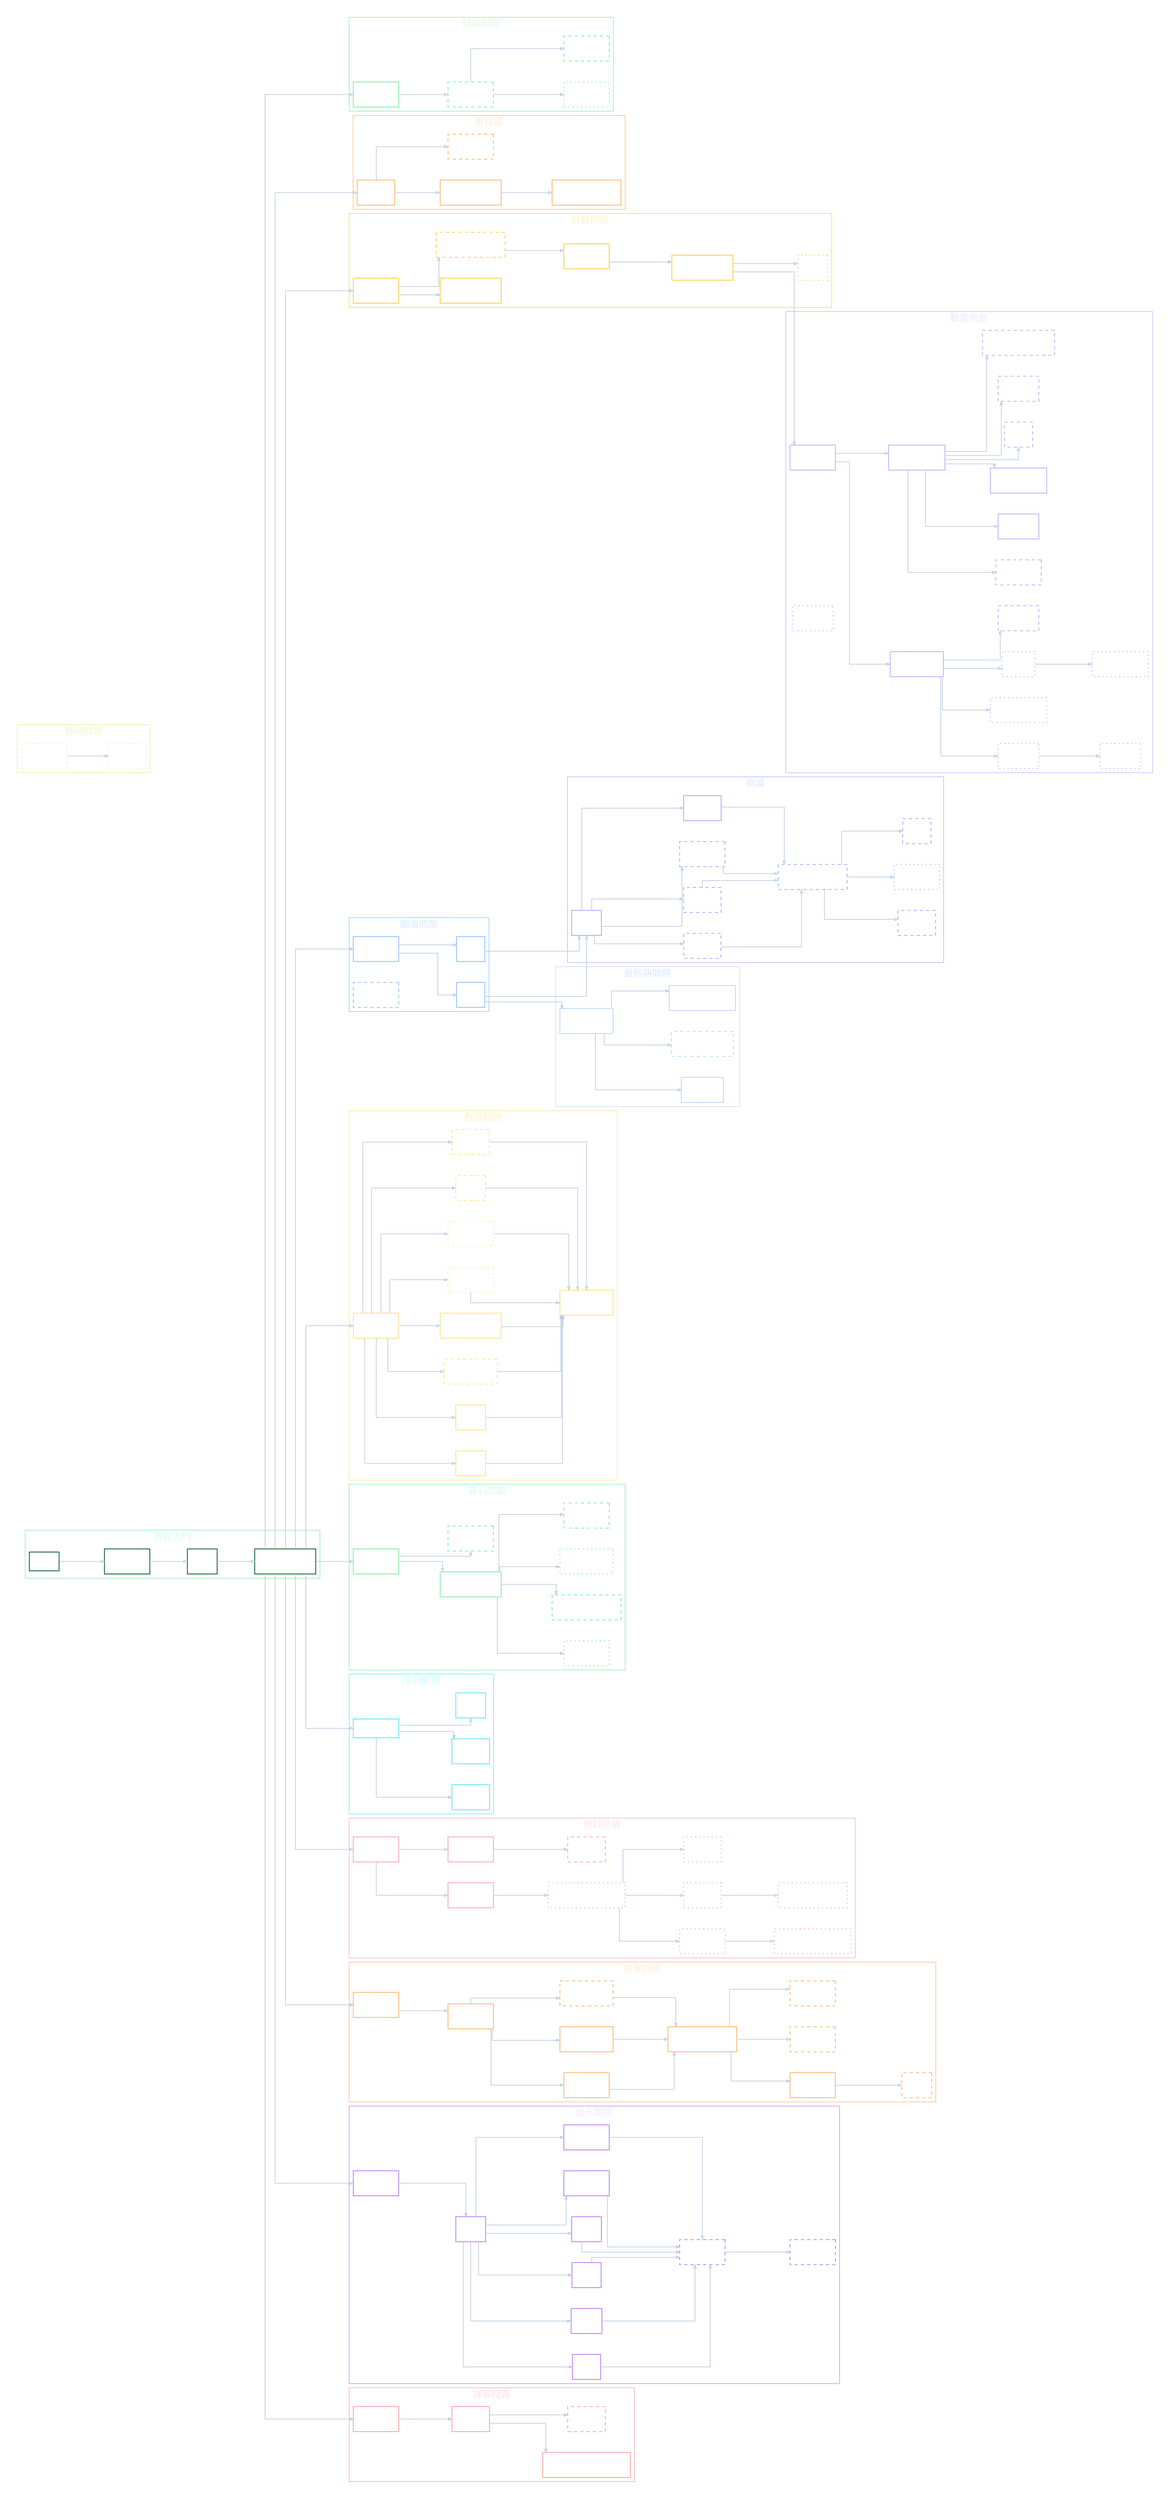
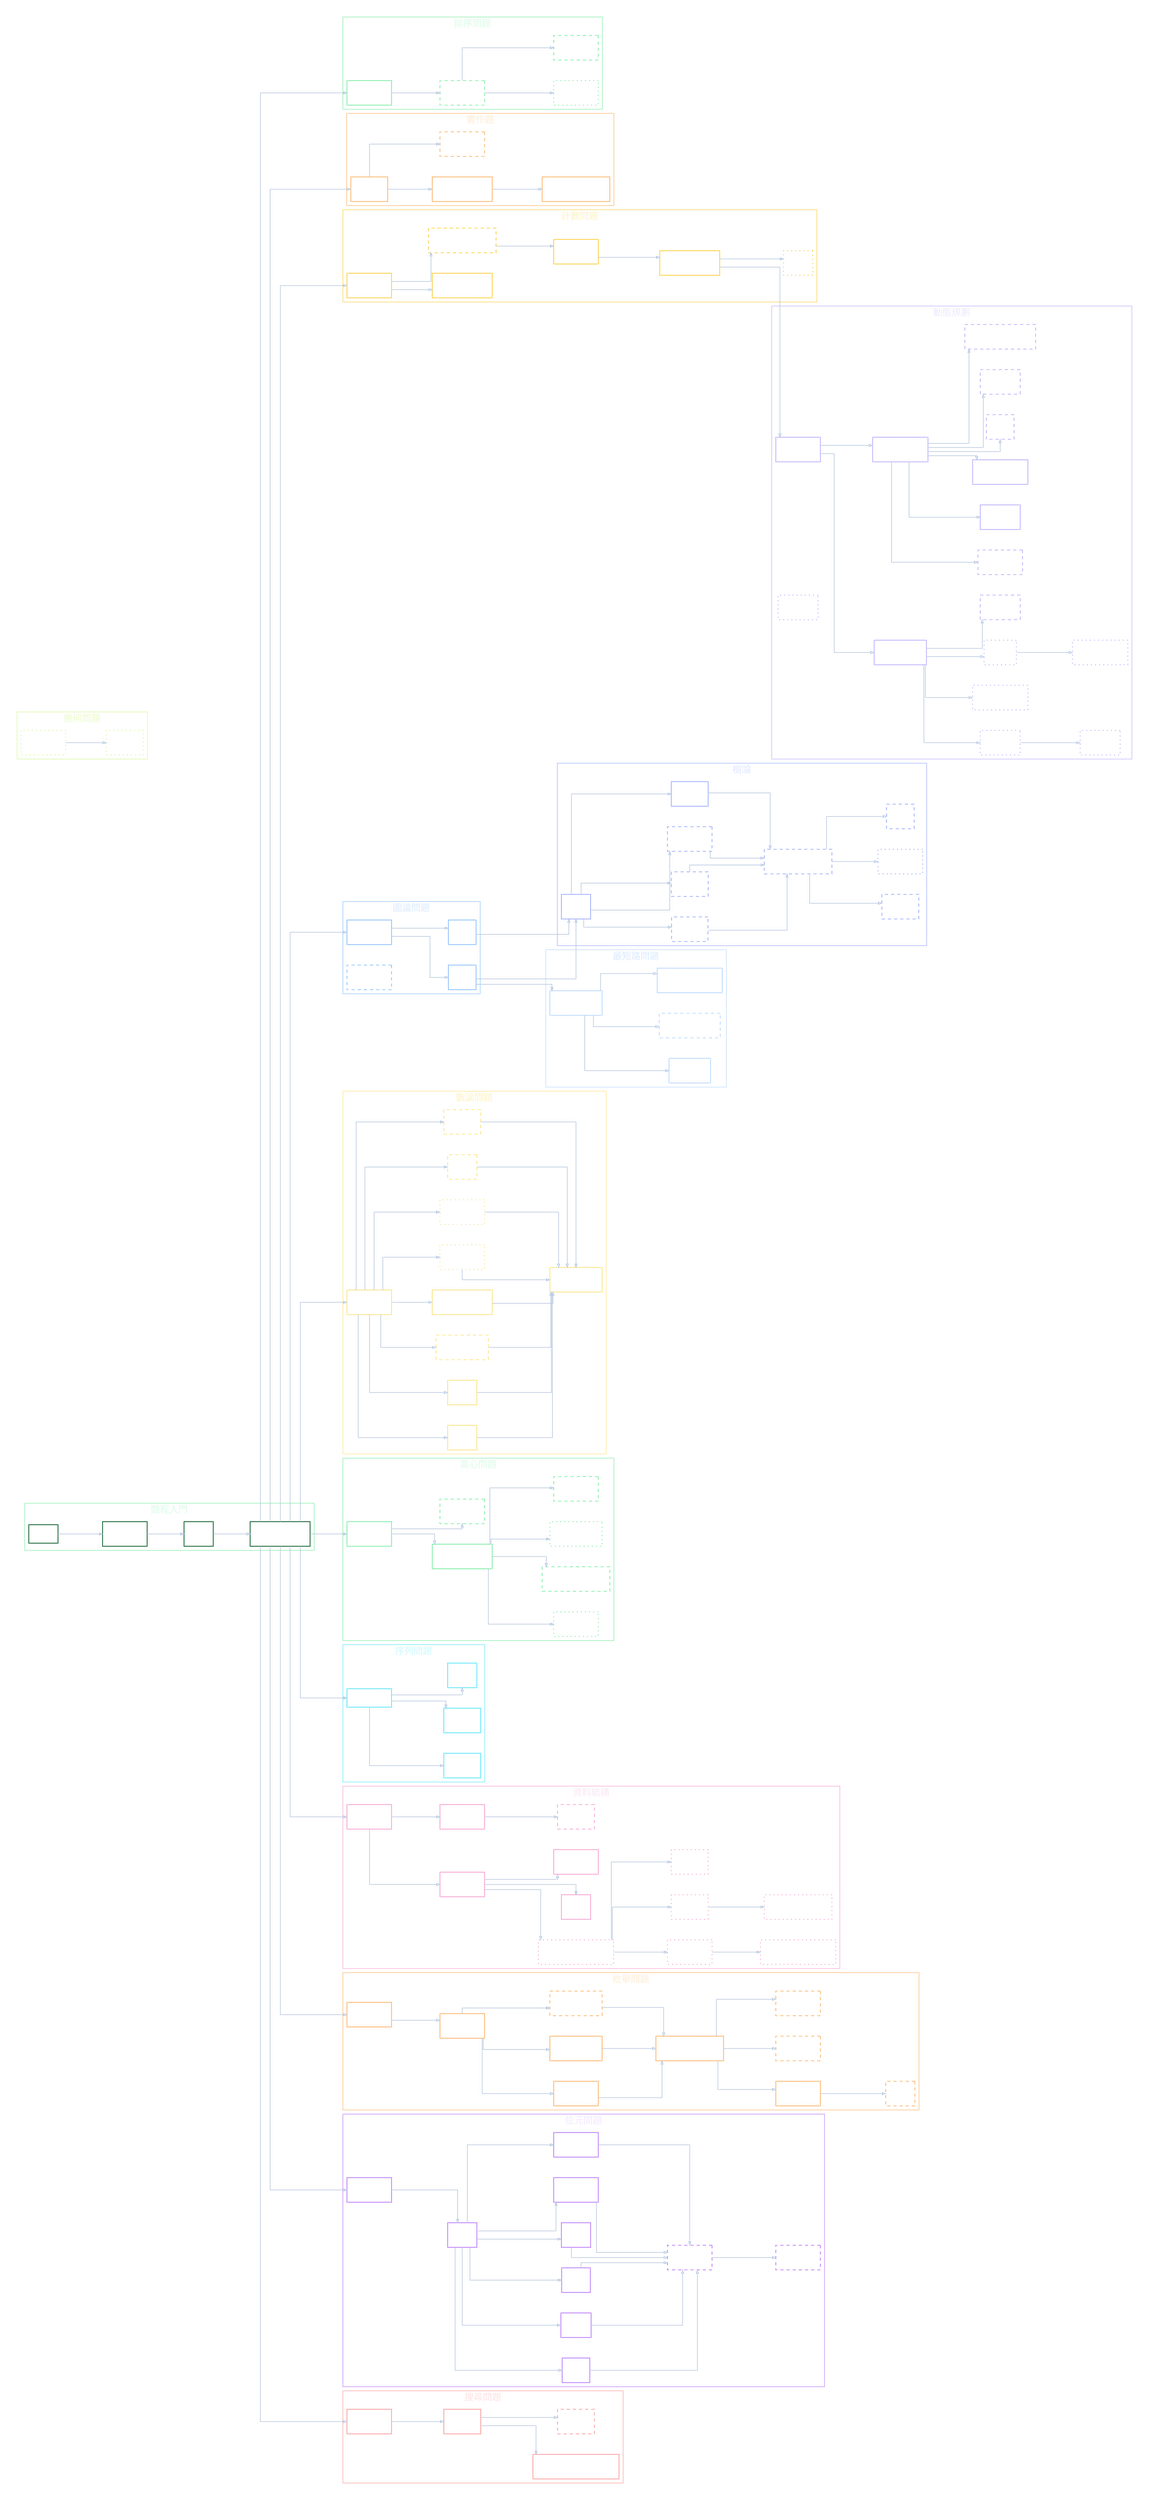
digraph CompetitiveProgrammingSkillTree {
  graph [
    rankdir=LR,
    bgcolor="transparent",
    splines=ortho,
    nodesep=0.55,
    ranksep=1.0,
    pad=0.35,
    compound=true
  ];

  node [
    shape=rect,
    style=filled,
    fontname="Microsoft JhengHei",
    fontsize=15,
    margin="0.18,0.10",
    penwidth=1.6,
    color="#7A8A99",
    fontcolor="#ffffff"
  ];

  edge [
    color="#bacae0",
    arrowsize=0.65,
    penwidth=1.2
  ];

  subgraph cluster_cp_entry {
    label="競程入門";
    color="#86efac";
    fillcolor="#052e16";
    fontname="Microsoft JhengHei";
    fontcolor="#dcfce7";
    fontsize=18;

    node [fillcolor="transparent", color="#166534"]
    root1 [label="競程"];
    core1 [label="基礎語法\n[✪]"];
    core2 [label="陣列\n[✪]"];
    core3 [label="基礎 STL 工具\n[✪]"];
  }

  subgraph cluster_sort {
    label="排序問題";
    color="#86efac";
    fillcolor="#052e16";
    fontname="Microsoft JhengHei";
    fontcolor="#dcfce7";
    fontsize=18;

    node [fillcolor="transparent", color="#86efac"];
    sort1 [label="排序問題\n[✔]"];
    sort2 [label="交換問題\n[!?]", style="dashed"];
    sort3 [label="拓撲排序\n[?]", style="dotted"];
    sort4 [label="單調隊列\n[!?]", style="dashed"];
  }

  subgraph cluster_impl {
    label="實作題";
    color="#fdba74";
    fillcolor="#431407";
    fontname="Microsoft JhengHei";
    fontcolor="#ffedd5";
    fontsize=18;

    node [fillcolor="transparent", color="#fdba74"];
    impl1 [label="實作題\n[✔]"];
    impl2 [label="二維地圖實作\n[✔]"];
    impl3 [label="字串問題\n[!?]", style="dashed"];
    impl4 [label="六邊形地圖實作\n[✔]"]
  }

  impl2 -> impl4;

  subgraph cluster_count {
    label="計數問題";
    color="#fcd34d";
    fillcolor="#422006";
    fontname="Microsoft JhengHei";
    fontcolor="#fef3c7";
    fontsize=18;

    node [fillcolor="transparent", color="#fcd34d"];
    count1 [label="計數問題\n[✔]"];
    count4 [label="微掃描線問題\n[✔]"];
    count2 [label="等價類計數問題\n[!?]", style="dashed"];
    count3 [label="排容原理\n[✔]"];
    count5 [label="拆分子問題法\n[✔]"];
    div1 [label="分治\n[?]", style="dotted"];
  }

  count1 -> count4;

  subgraph cluster_dp {
    label="動態規劃";
    color="#c4b5fd";
    fillcolor="#2e1065";
    fontname="Microsoft JhengHei";
    fontcolor="#ede9fe";
    fontsize=18;

    node [fillcolor="transparent", color="#c4b5fd"];
    dp1 [label="動態規劃\n[✔]"];
    dp2 [label="背包問題\n[!?]", style="dashed"];
    dp3 [label="分段 dp\n[✔]"];
    dp4 [label="二維地圖 dp\n[✔]"];
    dp5 [label="區間 dp\n[?]", style="dotted"];
    dp6 [label="賽局 dp\n[?]", style="dotted"];
    dp7 [label="狀態壓縮 dp\n[?]", style="dotted"];
    dp8 [label="記憶化搜索\n[✔]"];
    dp9 [label="LCS\n[!?]", style="dashed"];
    dp10 [label="環狀 dp\n[!?]", style="dashed"];
    dp11 [label="樹 dp\n[?]", style="dotted"];
    dp12 [label="子樹合併 dp\n[?]", style="dotted"];
    dp13 [label="有權區間排程 dp\n[!?]", style="dashed"];
    dp14 [label="數位 dp\n[!?]", style="dashed"];
    dp15 [label="dp 狀態設計\n[✔]"];
    dp16 [label="dp 優化\n[?]", style="dotted"];
  }

  dp1 -> dp8;
  dp1 -> dp15;
  dp8 -> dp11;
  dp8 -> dp14;
  dp8 -> dp5;
  dp8 -> dp7;
  dp15 -> dp2;
  dp15 -> dp3;
  dp15 -> dp4;
  dp15 -> dp9;
  dp15 -> dp10;
  dp15 -> dp13;
  dp5 -> dp6;
  dp11 -> dp12;

  subgraph cluster_graph {
    label="圖論問題";
    color="#93c5fd";
    fillcolor="#172554";
    fontname="Microsoft JhengHei";
    fontcolor="#dbeafe";
    fontsize=18;

    node [fillcolor="transparent", color="#93c5fd"];
    g1 [label="圖論問題\n[✔]"];
    g2 [label="BFS\n[✔]"];
    g3 [label="DFS\n[✔]"];
    g4 [label="圖論建模\n[!?]", style="dashed"];
  }

  subgraph cluster_shortest_path {
    label="最短路問題";
    color="#bfdbfe";
    fillcolor="#1e3a8a";
    fontname="Microsoft JhengHei";
    fontcolor="#dbeafe";
    fontsize=18;

    node [fillcolor="transparent", color="#bfdbfe"];
    sp1 [label="最短路問題\n[✔]"];
    sp2 [label="Dijkstra\n[✔]"];
    sp3 [label="Bellman Ford\n[!?]", style="dashed"];
    sp4 [label="Floyd Warshall\n[✔]"];
  }

  subgraph cluster_tree {
    label="樹論";
    color="#a5b4fc";
    fillcolor="#312e81";
    fontname="Microsoft JhengHei";
    fontcolor="#e0e7ff";
    fontsize=18;

    node [fillcolor="transparent", color="#a5b4fc"];
    tree1 [label="樹論\n[✔]"];
    tree2 [label="BFS 樹\n[!?]", style="dashed"];
    tree3 [label="DFS 樹\n[!?]", style="dashed"];
    tree4 [label="前中後序\n[!?]", style="dashed"];
    tree5 [label="二分樹\n[✔]"];
    tree6 [label="更難的樹論問題\n[!?]", style="dashed"];
    tree7 [label="樹壓平\n[!?]", style="dashed"];
    tree8 [label="樹上差分\n[?]", style="dotted"];
    tree9 [label="LCA\n[!?]", style="dashed"];
  }

  subgraph cluster_number {
    label="數論問題";
    color="#fde68a";
    fillcolor="#451a03";
    fontname="Microsoft JhengHei";
    fontcolor="#fef3c7";
    fontsize=18;

    node [fillcolor="transparent", color="#fde68a"];
    num1 [label="數論問題\n[✔]"];
    num2 [label="取餘\n[✔]"];
    num3 [label="篩法\n[✔]"];
    num4 [label="質因數分解\n[!?]", style="dashed"];
    num5 [label="因數倍數問題\n[✔]"];
    num6 [label="進制系統\n[?]", style="dotted"];
    num7 [label="大數運算\n[?]", style="dotted"];
    num8 [label="機率\n[!?]", style="dashed"];
    num9 [label="期望值\n[!?]", style="dashed"];
    math1 [label="數學式化簡\n[✔]"];
  }

  num1 -> num8;
  num1 -> num9;
  num8 -> math1;
  num9 -> math1;

  subgraph cluster_greedy {
    label="貪心問題";
    color="#86efac";
    fillcolor="#052e16";
    fontname="Microsoft JhengHei";
    fontcolor="#dcfce7";
    fontsize=18;

    node [fillcolor="transparent", color="#86efac"];
    gr1 [label="貪心問題\n[✔]"];
    gr2 [label="貪心基本思維\n[✔]"];
    gr3 [label="貪心證明\n[!?]", style="dashed"];
    gr4 [label="區間貪心\n[?]", style="dotted"];
    gr5 [label="構造上下界問題\n[!?]", style="dashed"];
    gr6 [label="子序列貪心\n[?]", style="dotted"];
    gr7 [label="配對問題\n[!?]", style="dashed"];
  }

  subgraph cluster_sequence {
    label="序列問題";
    color="#67e8f9";
    fillcolor="#164e63";
    fontname="Microsoft JhengHei";
    fontcolor="#cffafe";
    fontsize=18;

    node [fillcolor="transparent", color="#67e8f9"];
    seq1 [label="序列問題"];
    seq2 [label="雙指標\n[✔]"];
    seq3 [label="前綴和\n[✔]"];
    seq4 [label="差分\n[✔]"];
  }

  subgraph cluster_ds {
    label="資料結構";
    color="#f9a8d4";
    fillcolor="#500724";
    fontname="Microsoft JhengHei";
    fontcolor="#fce7f3";
    fontsize=18;

    node [fillcolor="transparent", color="#f9a8d4"];
    ds1 [label="資料結構\n[✔]"];
    ds2 [label="序列容器\n[✔]"];
    ds3 [label="關聯容器\n[✔]"];
    ds4 [label="哈希表\n[!?]", style="dashed"];
    ds5 [label="更複雜的資料結構\n[?]", style="dotted"];
    ds6 [label="樹狀陣列\n[?]", style="dotted"];
    ds7 [label="稀疏表\n[?]", style="dotted"];
    ds8 [label="線段樹\n[?]", style="dotted"];
    ds9 [label="樹狀陣列上二分搜\n[?]", style="dotted"];
    ds10 [label="稀疏表上二分搜\n[?]", style="dotted"];
-   }
+     ds11 [label="堆疊\n[✔]"];
+     ds12 [label="優先序列\n[✔]"];
+   }
+ 
+   ds2 -> ds11;
+   ds2 -> ds12;

  subgraph cluster_enum {
    label="枚舉問題";
    color="#fdba74";
    fillcolor="#431407";
    fontname="Microsoft JhengHei";
    fontcolor="#ffedd5";
    fontsize=18;

    node [fillcolor="transparent", color="#fdba74"];
    enum1 [label="枚舉問題\n[✔]"];
    enum2 [label="暴力枚舉\n[✔]"];
    enum3 [label="二元枚舉\n[✔]"];
    enum4 [label="全排列枚舉\n[✔]"];
    enum5 [label="聰明的枚舉\n[!?]", style="dashed"];
    enum6 [label="更難的枚舉問題\n[✔]"];
    enum7 [label="遞迴枚舉\n[✔]"];
    enum8 [label="折半枚舉\n[!?]", style="dashed"];
    enum9 [label="剪枝\n[!?]", style="dashed"];
    enum10 [label="枚舉倍數\n[!?]", style="dashed"];
  }

  subgraph cluster_bit {
    label="位元問題";
    color="#c084fc";
    fillcolor="#3b0764";
    fontname="Microsoft JhengHei";
    fontcolor="#f3e8ff";
    fontsize=18;

    node [fillcolor="transparent", color="#c084fc"];
    bit1 [label="位元問題\n[✔]"];
    bit2 [label="位元\n[✔]"];
    bit3 [label="OR\n[✔]"];
    bit4 [label="AND\n[✔]"];
    bit5 [label="XOR\n[✔]"];
    bit6 [label="NOT\n[✔]"];
    bit7 [label="位元左移\n[✔]"];
    bit8 [label="位元右移\n[✔]"];
    bit9 [label="位元函式\n[!?]", style="dashed"];
    bit10 [label="狀態壓縮\n[!?]", style="dashed"];
  }

  subgraph cluster_search {
    label="搜尋問題";
    color="#fca5a5";
    fillcolor="#450a0a";
    fontname="Microsoft JhengHei";
    fontcolor="#fee2e2";
    fontsize=18;

    node [fillcolor="transparent", color="#fca5a5"];
    search1 [label="搜尋問題\n[✔]"];
    search2 [label="二分搜\n[✔]"];
    search3 [label="lower / upper bound\n[✔]"];
    search4 [label="三分搜\n[!?]", style="dashed"];
  }

  subgraph cluster_geometry {
    label="幾何問題";
    color="#d9f99d";
    fillcolor="#1a2e05";
    fontname="Microsoft JhengHei";
    fontcolor="#ecfccb";
    fontsize=18;

    node [fillcolor="transparent", color="#d9f99d"];
    geo1 [label="幾何問題\n[?]", style="dotted"];
    geo2 [label="掃描線\n[?]", style="dotted"];
  }

  geo1 -> geo2;

  root1 -> core1;
  core1 -> core2;
  core2 -> core3;

  core3 -> sort1;
  core3 -> impl1;
  core3 -> count1;
  core3 -> g1;
  core3 -> num1;
  core3 -> gr1;
  core3 -> seq1;
  core3 -> ds1;
  core3 -> enum1;
  core3 -> bit1;
  core3 -> search1;

  sort1 -> sort2;
  sort2 -> sort3;
  sort2 -> sort4;

  impl1 -> impl2;
  impl1 -> impl3;

  count1 -> count2;
  count2 -> count3;
  count3 -> count5;
  count5 -> dp1;
  count5 -> div1;

  g1 -> g2;
  g1 -> g3;
  g2 -> sp1;
  g2 -> tree1;
  g3 -> tree1;

  sp1 -> sp2;
  sp1 -> sp3;
  sp1 -> sp4;

  tree1 -> tree2;
  tree1 -> tree3;
  tree1 -> tree4;
  tree1 -> tree5;
  tree2 -> tree6;
  tree3 -> tree6;
  tree4 -> tree6;
  tree5 -> tree6;
  tree6 -> tree7;
  tree6 -> tree8;
  tree6 -> tree9;

  num1 -> num2;
  num1 -> num3;
  num1 -> num4;
  num1 -> num5;
  num1 -> num6;
  num1 -> num7;
  num2 -> math1;
  num3 -> math1;
  num4 -> math1;
  num5 -> math1;
  num6 -> math1;
  num7 -> math1;

  gr1 -> gr2;
  gr1 -> gr3;
  gr2 -> gr4;
  gr2 -> gr5;
  gr2 -> gr6;
  gr2 -> gr7;

  seq1 -> seq2;
  seq1 -> seq3;
  seq1 -> seq4;

  ds1 -> ds2;
  ds1 -> ds3;
  ds2 -> ds5;
  ds3 -> ds4;
  ds5 -> ds6;
  ds5 -> ds7;
  ds5 -> ds8;
  ds6 -> ds9;
  ds7 -> ds10;

  enum1 -> enum2;
  enum2 -> enum3;
  enum2 -> enum4;
  enum2 -> enum5;
  enum3 -> enum6;
  enum4 -> enum6;
  enum5 -> enum6;
  enum6 -> enum7;
  enum6 -> enum8;
  enum6 -> enum10;
  enum7 -> enum9;

  bit1 -> bit2;
  bit2 -> bit3;
  bit2 -> bit4;
  bit2 -> bit5;
  bit2 -> bit6;
  bit2 -> bit7;
  bit2 -> bit8;
  bit3 -> bit9;
  bit4 -> bit9;
  bit5 -> bit9;
  bit6 -> bit9;
  bit7 -> bit9;
  bit8 -> bit9;
  bit9 -> bit10;

  search1 -> search2;
  search2 -> search3;
  search2 -> search4;
}
